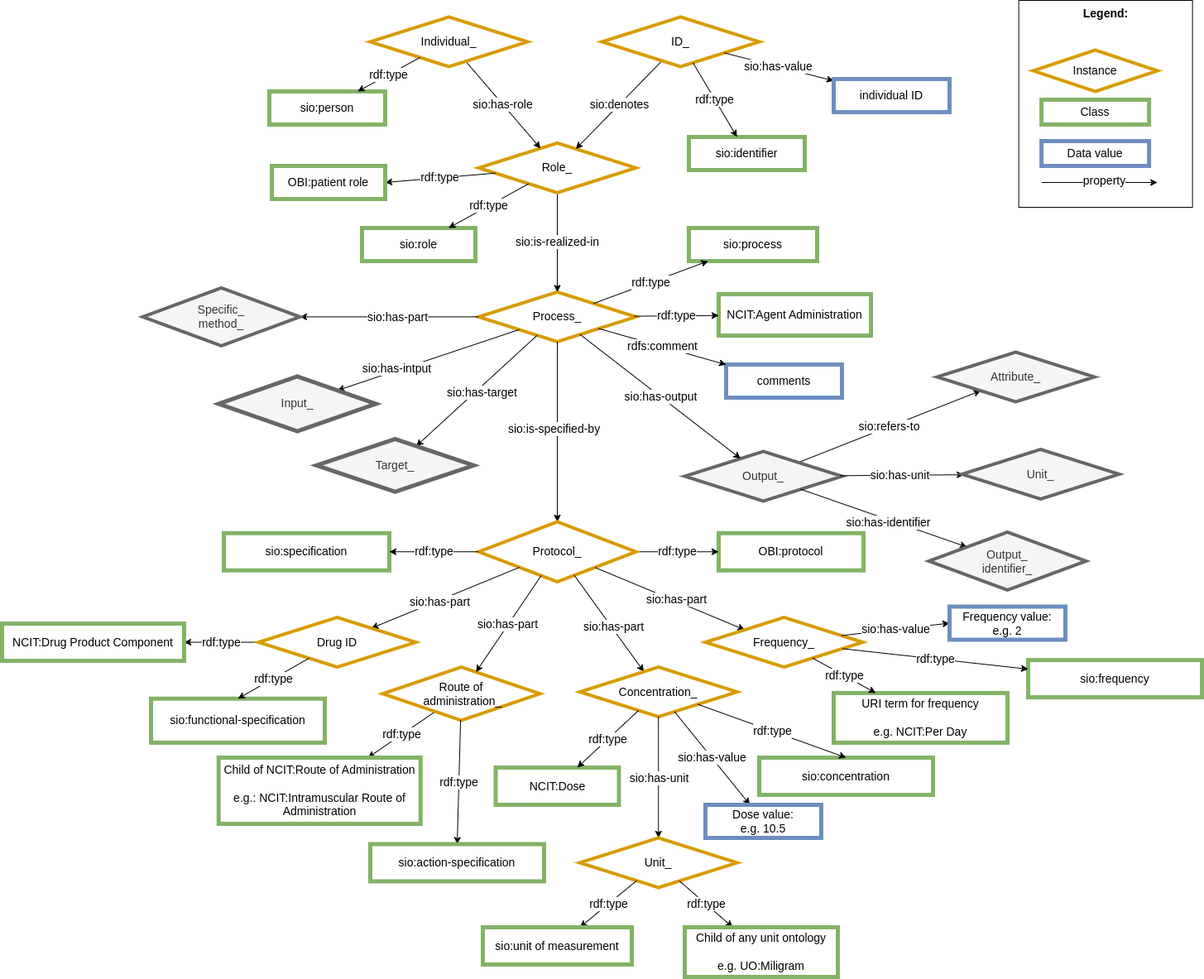
Above: images/CARE-SM-Medication.png in CARE-SM/CARE-Semantic-Model (draw.io), before the change. Source tidied: cells renumbered, new cells last; positions are measured from the earlier drawing's top-left corner, leaving out a move shared by most shapes.
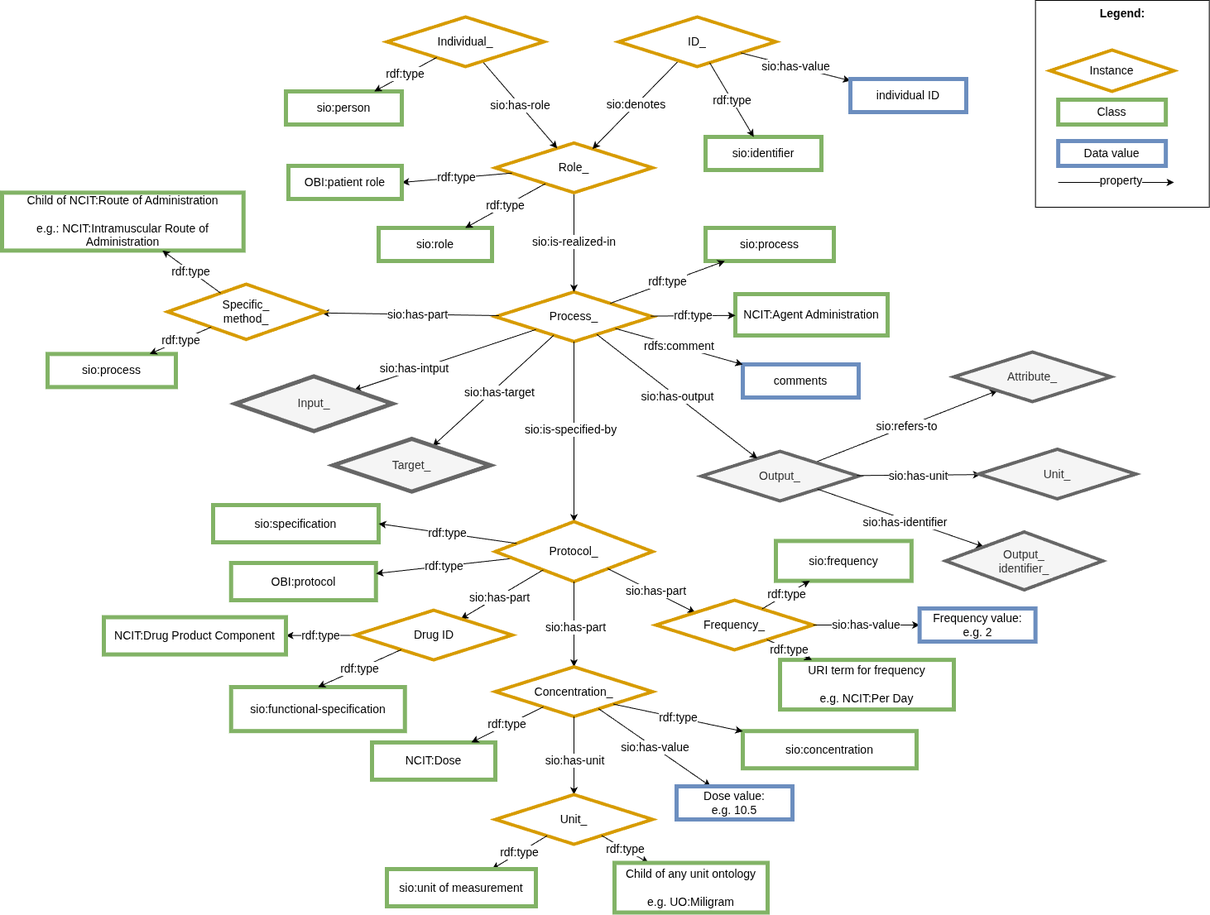
After the commit.

Commit message:
Delete action specification node

The edit, as a diff of the source:
```diff
@@ -2,17 +2,11 @@
   <root>
     <mxCell id="0" />
     <mxCell id="1" parent="0" />
-    <mxCell id="2" value="rdf:type" style="edgeStyle=none;rounded=0;jettySize=auto;html=1;fontSize=14;" parent="1" edge="1" source="57" target="3">
-      <mxGeometry relative="1" as="geometry" />
-    </mxCell>
-    <mxCell id="3" value="Child of NCIT:Route of Administration&lt;br style=&quot;border-color: var(--border-color); font-size: 14px;&quot;&gt;&lt;br style=&quot;border-color: var(--border-color); font-size: 14px;&quot;&gt;e.g.: NCIT:Intramuscular Route of Administration" style="whiteSpace=wrap;html=1;fillColor=#FFFFFF;strokeColor=#82b366;strokeWidth=5;fontSize=14;" parent="1" vertex="1">
-      <mxGeometry x="261.8" y="915" width="244" height="80" as="geometry" />
-    </mxCell>
     <mxCell id="4" value="rdf:type" style="edgeStyle=none;rounded=0;jettySize=auto;html=1;fontSize=14;" parent="1" edge="1" source="68" target="5">
       <mxGeometry relative="1" as="geometry" />
     </mxCell>
     <mxCell id="5" value="&lt;font style=&quot;font-size: 14px;&quot;&gt;NCIT:&lt;/font&gt;Drug Product Component" style="whiteSpace=wrap;html=1;fillColor=#FFFFFF;strokeColor=#82b366;strokeWidth=5;fontSize=14;" parent="1" vertex="1">
-      <mxGeometry y="753.1" width="220" height="45" as="geometry" />
+      <mxGeometry x="103" y="745.6" width="220" height="45" as="geometry" />
     </mxCell>
     <mxCell id="6" value="sio:refers-to" style="edgeStyle=none;rounded=0;jettySize=auto;html=1;fontSize=14;" parent="1" edge="1" source="7" target="16">
       <mxGeometry relative="1" as="geometry" />
@@ -164,9 +158,6 @@
     <mxCell id="50" value="Unit_" style="rhombus;whiteSpace=wrap;html=1;fillColor=#f5f5f5;strokeColor=#666666;perimeter=rhombusPerimeter;arcSize=20;comic=0;enumerate=0;strokeWidth=4;rounded=0;fontSize=14;fontColor=#333333;" parent="1" vertex="1">
       <mxGeometry x="1160" y="542.5" width="190" height="60" as="geometry" />
     </mxCell>
-    <mxCell id="51" value="&lt;div style=&quot;font-size: 14px;&quot;&gt;Specific_&lt;/div&gt;&lt;div style=&quot;font-size: 14px;&quot;&gt;method_&lt;/div&gt;" style="rhombus;whiteSpace=wrap;html=1;fillColor=#f5f5f5;strokeColor=#666666;perimeter=rhombusPerimeter;arcSize=20;comic=0;enumerate=0;strokeWidth=4;rounded=0;fontSize=14;fontColor=#333333;" parent="1" vertex="1">
-      <mxGeometry x="170" y="347.4" width="190" height="70" as="geometry" />
-    </mxCell>
     <mxCell id="52" value="Input_" style="rhombus;whiteSpace=wrap;html=1;fillColor=#f5f5f5;strokeColor=#666666;strokeWidth=5;fontSize=14;fontColor=#333333;" parent="1" vertex="1">
       <mxGeometry x="261.8" y="454.4" width="190" height="66.2" as="geometry" />
     </mxCell>
@@ -174,7 +165,7 @@
       <mxGeometry x="380" y="530" width="190" height="63.8" as="geometry" />
     </mxCell>
     <mxCell id="54" value="&lt;font style=&quot;font-size: 14px;&quot;&gt;OBI:protocol&lt;/font&gt;" style="whiteSpace=wrap;html=1;fillColor=#FFFFFF;strokeColor=#82b366;strokeWidth=5;fontSize=14;" parent="1" vertex="1">
-      <mxGeometry x="866" y="643.8" width="175" height="45" as="geometry" />
+      <mxGeometry x="256.8" y="680" width="175" height="45" as="geometry" />
     </mxCell>
     <mxCell id="55" value="rdf:type" style="edgeStyle=none;rounded=0;jettySize=auto;html=1;fontSize=14;" parent="1" edge="1" source="58" target="54">
       <mxGeometry relative="1" as="geometry" />
@@ -182,28 +173,11 @@
     <mxCell id="56" value="Output_&lt;div style=&quot;font-size: 14px;&quot;&gt;identifier_&lt;/div&gt;" style="rhombus;whiteSpace=wrap;html=1;fillColor=#f5f5f5;strokeColor=#666666;perimeter=rhombusPerimeter;arcSize=20;comic=0;enumerate=0;strokeWidth=4;rounded=0;fontSize=14;fontColor=#333333;" parent="1" vertex="1">
       <mxGeometry x="1120" y="642.5" width="190" height="70" as="geometry" />
     </mxCell>
-    <mxCell id="57" value="Route of&lt;div style=&quot;font-size: 14px;&quot;&gt;&amp;nbsp;administration_&lt;/div&gt;" style="rhombus;whiteSpace=wrap;html=1;fillColor=#FFFFFF;strokeColor=#D79B00;perimeter=rhombusPerimeter;arcSize=20;comic=0;enumerate=0;strokeWidth=4;rounded=0;fontSize=14;" parent="1" vertex="1">
-      <mxGeometry x="460" y="805.6" width="190" height="64.4" as="geometry" />
-    </mxCell>
     <mxCell id="58" value="Protocol_" style="rhombus;whiteSpace=wrap;html=1;fillColor=#FFFFFF;strokeColor=#D79B00;perimeter=rhombusPerimeter;arcSize=20;comic=0;enumerate=0;strokeWidth=4;rounded=0;fontSize=14;" parent="1" vertex="1">
       <mxGeometry x="576" y="630" width="190" height="72.5" as="geometry" />
     </mxCell>
-    <mxCell id="59" style="edgeStyle=none;rounded=0;jettySize=auto;html=1;fontSize=14;" parent="1" edge="1" source="58" target="57">
-      <mxGeometry relative="1" as="geometry" />
-    </mxCell>
-    <mxCell id="60" value="sio:has-part" style="edgeLabel;html=1;align=center;verticalAlign=middle;fontSize=14;" parent="59" vertex="1">
-      <mxGeometry x="-0.21" y="-1" relative="1" as="geometry">
-        <mxPoint x="-9" y="13" as="offset" />
-      </mxGeometry>
-    </mxCell>
-    <mxCell id="61" value="rdf:type" style="edgeStyle=none;rounded=0;jettySize=auto;html=1;entryX=0.5;entryY=0;entryDx=0;entryDy=0;fontSize=14;" parent="1" edge="1" source="57" target="62">
-      <mxGeometry relative="1" as="geometry" />
-    </mxCell>
-    <mxCell id="62" value="sio:action-specification" style="whiteSpace=wrap;html=1;fillColor=#FFFFFF;strokeColor=#82b366;strokeWidth=5;fontSize=14;" parent="1" vertex="1">
-      <mxGeometry x="445" y="1019.5" width="210" height="45" as="geometry" />
-    </mxCell>
     <mxCell id="63" value="&lt;font style=&quot;font-size: 14px;&quot;&gt;sio:specification&lt;/font&gt;" style="whiteSpace=wrap;html=1;fillColor=#FFFFFF;strokeColor=#82b366;strokeWidth=5;fontSize=14;" parent="1" vertex="1">
-      <mxGeometry x="268" y="643.8" width="200" height="45" as="geometry" />
+      <mxGeometry x="235" y="610" width="200" height="45" as="geometry" />
     </mxCell>
     <mxCell id="64" value="rdf:type" style="edgeStyle=none;rounded=0;jettySize=auto;html=1;entryX=1;entryY=0.5;entryDx=0;entryDy=0;fontSize=14;" parent="1" edge="1" source="58" target="63">
       <mxGeometry relative="1" as="geometry" />
@@ -218,30 +192,30 @@
       <mxGeometry x="0.09" y="2" relative="1" as="geometry" />
     </mxCell>
     <mxCell id="68" value="Drug ID" style="rhombus;whiteSpace=wrap;html=1;fillColor=#FFFFFF;strokeColor=#D79B00;perimeter=rhombusPerimeter;arcSize=20;comic=0;enumerate=0;strokeWidth=4;rounded=0;fontSize=14;" parent="1" vertex="1">
-      <mxGeometry x="310" y="745.6" width="190" height="60" as="geometry" />
+      <mxGeometry x="406.5" y="737.1" width="190" height="60" as="geometry" />
     </mxCell>
     <mxCell id="69" value="Frequency_" style="rhombus;whiteSpace=wrap;html=1;fillColor=#FFFFFF;strokeColor=#D79B00;perimeter=rhombusPerimeter;arcSize=20;comic=0;enumerate=0;strokeWidth=4;rounded=0;fontSize=14;" parent="1" vertex="1">
-      <mxGeometry x="850" y="745.6" width="190" height="60" as="geometry" />
+      <mxGeometry x="770" y="725" width="190" height="60" as="geometry" />
     </mxCell>
     <mxCell id="70" value="Concentration_" style="rhombus;whiteSpace=wrap;html=1;fillColor=#FFFFFF;strokeColor=#D79B00;perimeter=rhombusPerimeter;arcSize=20;comic=0;enumerate=0;strokeWidth=4;rounded=0;fontSize=14;" parent="1" vertex="1">
-      <mxGeometry x="698.2" y="805.6" width="190" height="60" as="geometry" />
+      <mxGeometry x="576" y="805.6" width="190" height="60" as="geometry" />
     </mxCell>
     <mxCell id="71" value="&lt;span style=&quot;font-size: 14px;&quot;&gt;sio:functional-specification&lt;/span&gt;" style="whiteSpace=wrap;html=1;fillColor=#FFFFFF;strokeColor=#82b366;strokeWidth=5;fontSize=14;" parent="1" vertex="1">
-      <mxGeometry x="180" y="843.8" width="210" height="53.2" as="geometry" />
+      <mxGeometry x="256.8" y="830" width="210" height="53.2" as="geometry" />
     </mxCell>
     <mxCell id="72" value="rdf:type" style="edgeStyle=none;rounded=0;jettySize=auto;html=1;entryX=0.5;entryY=0;entryDx=0;entryDy=0;fontSize=14;" parent="1" edge="1" source="68" target="71">
       <mxGeometry relative="1" as="geometry" />
     </mxCell>
     <mxCell id="73" value="&lt;font style=&quot;font-size: 14px;&quot;&gt;sio:frequency&lt;/font&gt;" style="whiteSpace=wrap;html=1;fillColor=#FFFFFF;strokeColor=#82b366;strokeWidth=5;fontSize=14;" parent="1" vertex="1">
-      <mxGeometry x="1240" y="797.1" width="210" height="45" as="geometry" />
+      <mxGeometry x="915" y="653.4" width="163.9" height="48.2" as="geometry" />
     </mxCell>
     <mxCell id="74" value="rdf:type" style="edgeStyle=none;rounded=0;jettySize=auto;html=1;fontSize=14;" parent="1" edge="1" source="69" target="73">
       <mxGeometry relative="1" as="geometry" />
     </mxCell>
     <mxCell id="75" value="&lt;font style=&quot;font-size: 14px;&quot;&gt;sio:concentration&lt;/font&gt;" style="whiteSpace=wrap;html=1;fillColor=#FFFFFF;strokeColor=#82b366;strokeWidth=5;fontSize=14;" parent="1" vertex="1">
-      <mxGeometry x="915" y="915" width="210" height="45" as="geometry" />
+      <mxGeometry x="875" y="883.2" width="210" height="45" as="geometry" />
     </mxCell>
-    <mxCell id="76" value="rdf:type" style="edgeStyle=none;rounded=0;jettySize=auto;html=1;exitX=1;exitY=1;exitDx=0;exitDy=0;entryX=0.5;entryY=0;entryDx=0;entryDy=0;fontSize=14;" parent="1" edge="1" source="70" target="75">
+    <mxCell id="76" value="rdf:type" style="edgeStyle=none;rounded=0;jettySize=auto;html=1;exitX=1;exitY=1;exitDx=0;exitDy=0;fontSize=14;" parent="1" edge="1" source="70" target="75">
       <mxGeometry relative="1" as="geometry" />
     </mxCell>
     <mxCell id="77" style="edgeStyle=orthogonalEdgeStyle;rounded=0;orthogonalLoop=1;jettySize=auto;html=1;exitX=0.5;exitY=1;exitDx=0;exitDy=0;fontSize=14;" parent="1" edge="1" source="75" target="75">
@@ -256,22 +230,22 @@
       </mxGeometry>
     </mxCell>
     <mxCell id="80" value="Unit_" style="rhombus;whiteSpace=wrap;html=1;fillColor=#FFFFFF;strokeColor=#D79B00;perimeter=rhombusPerimeter;arcSize=20;comic=0;enumerate=0;strokeWidth=4;rounded=0;fontSize=14;" parent="1" vertex="1">
-      <mxGeometry x="698.2" y="1012" width="190" height="60" as="geometry" />
+      <mxGeometry x="576" y="960" width="190" height="60" as="geometry" />
     </mxCell>
     <mxCell id="81" value="rdf:type" style="edgeStyle=none;rounded=0;jettySize=auto;html=1;fontSize=14;" parent="1" edge="1" source="80" target="82">
       <mxGeometry relative="1" as="geometry" />
     </mxCell>
     <mxCell id="82" value="&lt;font style=&quot;font-size: 14px;&quot;&gt;sio:unit of measurement&lt;/font&gt;" style="whiteSpace=wrap;html=1;fillColor=#FFFFFF;strokeColor=#82b366;strokeWidth=5;fontSize=14;" parent="1" vertex="1">
-      <mxGeometry x="581" y="1120" width="180" height="45" as="geometry" />
+      <mxGeometry x="445" y="1050" width="180" height="45" as="geometry" />
     </mxCell>
     <mxCell id="83" value="sio:has-value" style="rounded=0;jettySize=auto;html=1;entryX=0;entryY=0.5;entryDx=0;entryDy=0;fontSize=14;" parent="1" edge="1" source="69" target="84">
       <mxGeometry relative="1" as="geometry" />
     </mxCell>
     <mxCell id="84" value="Frequency value:&lt;br style=&quot;font-size: 14px;&quot;&gt;e.g. 2" style="whiteSpace=wrap;html=1;fillColor=#FFFFFF;strokeColor=#6c8ebf;strokeWidth=5;fontSize=14;" parent="1" vertex="1">
-      <mxGeometry x="1145" y="732.5" width="140" height="40" as="geometry" />
+      <mxGeometry x="1088.6" y="735" width="140" height="40" as="geometry" />
     </mxCell>
     <mxCell id="85" value="&lt;font style=&quot;font-size: 14px;&quot;&gt;URI term for frequency&lt;br style=&quot;font-size: 14px;&quot;&gt;&lt;br style=&quot;font-size: 14px;&quot;&gt;e.g. NCIT:&lt;/font&gt;Per Day" style="whiteSpace=wrap;html=1;fillColor=#FFFFFF;strokeColor=#82b366;strokeWidth=5;fontSize=14;" parent="1" vertex="1">
-      <mxGeometry x="1005" y="836.9" width="210" height="60" as="geometry" />
+      <mxGeometry x="920" y="797.1" width="210" height="60" as="geometry" />
     </mxCell>
     <mxCell id="86" value="rdf:type" style="edgeStyle=none;rounded=0;jettySize=auto;html=1;fontSize=14;" parent="1" edge="1" source="69" target="85">
       <mxGeometry relative="1" as="geometry" />
@@ -280,10 +254,10 @@
       <mxGeometry relative="1" as="geometry" />
     </mxCell>
     <mxCell id="88" value="Dose value:&lt;br style=&quot;font-size: 14px;&quot;&gt;e.g. 10.5" style="whiteSpace=wrap;html=1;fillColor=#FFFFFF;strokeColor=#6c8ebf;strokeWidth=5;fontSize=14;" parent="1" vertex="1">
-      <mxGeometry x="850" y="972" width="140" height="40" as="geometry" />
+      <mxGeometry x="795" y="950" width="140" height="40" as="geometry" />
     </mxCell>
     <mxCell id="89" value="&lt;font style=&quot;font-size: 14px;&quot;&gt;NCIT:Dose&lt;/font&gt;" style="whiteSpace=wrap;html=1;fillColor=#FFFFFF;strokeColor=#82b366;strokeWidth=5;fontSize=14;" parent="1" vertex="1">
-      <mxGeometry x="596.5" y="927" width="149" height="45" as="geometry" />
+      <mxGeometry x="427" y="896.9" width="149" height="45" as="geometry" />
     </mxCell>
     <mxCell id="90" value="rdf:type" style="edgeStyle=none;rounded=0;jettySize=auto;html=1;fontSize=14;" parent="1" edge="1" source="70" target="89">
       <mxGeometry relative="1" as="geometry" />
@@ -292,7 +266,22 @@
       <mxGeometry relative="1" as="geometry" />
     </mxCell>
     <mxCell id="92" value="Child of any unit ontology&lt;div&gt;&lt;br style=&quot;border-color: var(--border-color); font-size: 14px;&quot;&gt;&lt;span style=&quot;border-color: var(--border-color); font-size: 14px;&quot;&gt;e.g. UO:Miligram&lt;/span&gt;&lt;/div&gt;" style="whiteSpace=wrap;html=1;fillColor=#FFFFFF;strokeColor=#82b366;strokeWidth=5;fontSize=14;" parent="1" vertex="1">
-      <mxGeometry x="825" y="1120" width="185" height="60" as="geometry" />
+      <mxGeometry x="720" y="1042.5" width="185" height="60" as="geometry" />
     </mxCell>
+    <mxCell id="51" value="&lt;div&gt;Specific_&lt;/div&gt;&lt;div&gt;method_&lt;/div&gt;" style="rhombus;whiteSpace=wrap;html=1;fillColor=#FFFFFF;strokeColor=#D79B00;perimeter=rhombusPerimeter;arcSize=20;comic=0;enumerate=0;strokeWidth=4;rounded=0;fontSize=14;" parent="1" vertex="1">
+      <mxGeometry x="180" y="343" width="190" height="66.7" as="geometry" />
+    </mxCell>
+    <mxCell id="3" value="Child of NCIT:Route of Administration&lt;br style=&quot;border-color: rgb(218, 218, 218);&quot;&gt;&lt;br style=&quot;border-color: rgb(218, 218, 218);&quot;&gt;e.g.: NCIT:Intramuscular Route of Administration" style="whiteSpace=wrap;html=1;fillColor=#FFFFFF;strokeColor=#82b366;strokeWidth=5;fontSize=14;" parent="1" vertex="1">
+      <mxGeometry x="-20" y="232.4" width="291.8" height="70" as="geometry" />
+    </mxCell>
+    <mxCell id="93" value="sio:process" style="whiteSpace=wrap;html=1;fillColor=#FFFFFF;strokeColor=#82b366;strokeWidth=5;fontSize=14;" parent="1" vertex="1">
+      <mxGeometry x="35" y="427.4" width="155" height="40" as="geometry" />
+    </mxCell>
+    <mxCell id="94" value="rdf:type" style="edgeStyle=none;rounded=0;jettySize=auto;html=1;fontSize=14;" parent="1" edge="1" source="51" target="3">
+      <mxGeometry relative="1" as="geometry" />
+    </mxCell>
+    <mxCell id="95" value="rdf:type" style="edgeStyle=none;rounded=0;jettySize=auto;html=1;fontSize=14;" parent="1" edge="1" source="51" target="93">
+      <mxGeometry relative="1" as="geometry" />
+    </mxCell>
   </root>
 </mxGraphModel>
```
